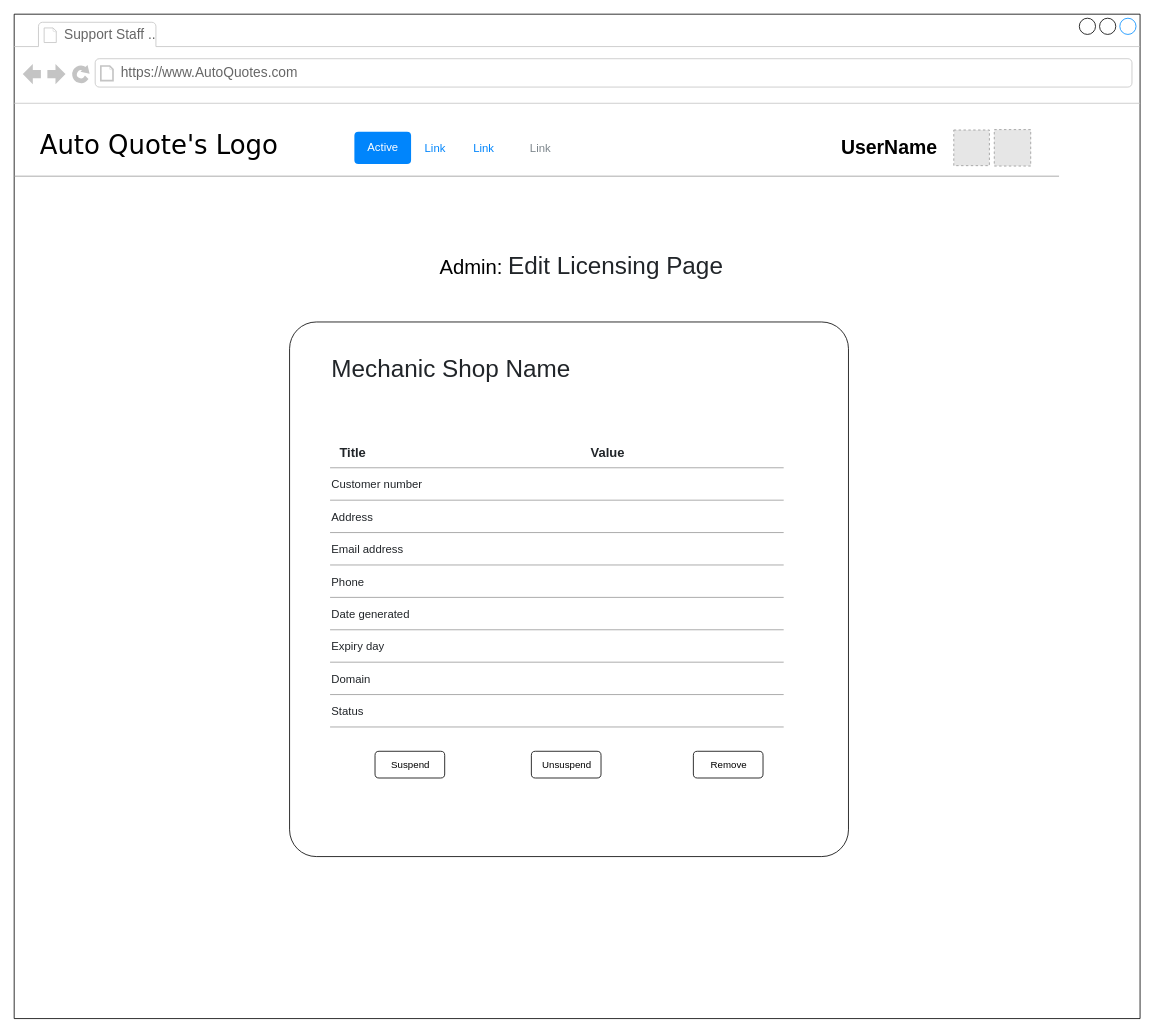
Before: page "Page-1" (1 of 2) of Wireframe_Mockups/Support/SupportStaffEditLicensingPage.drawio in Awrmani/AutoQuotes, a draw.io diagram. Source tidied: cells renumbered, new cells numbered last; positions are measured from the earlier drawing's top-left corner, leaving out a move shared by most shapes. Both pictures are drawn from the tidied source at 81%, with x=0, y=0 at pixel (14, 14). Pictures stored in the file or linked from it are replaced by grey dashed boxes.
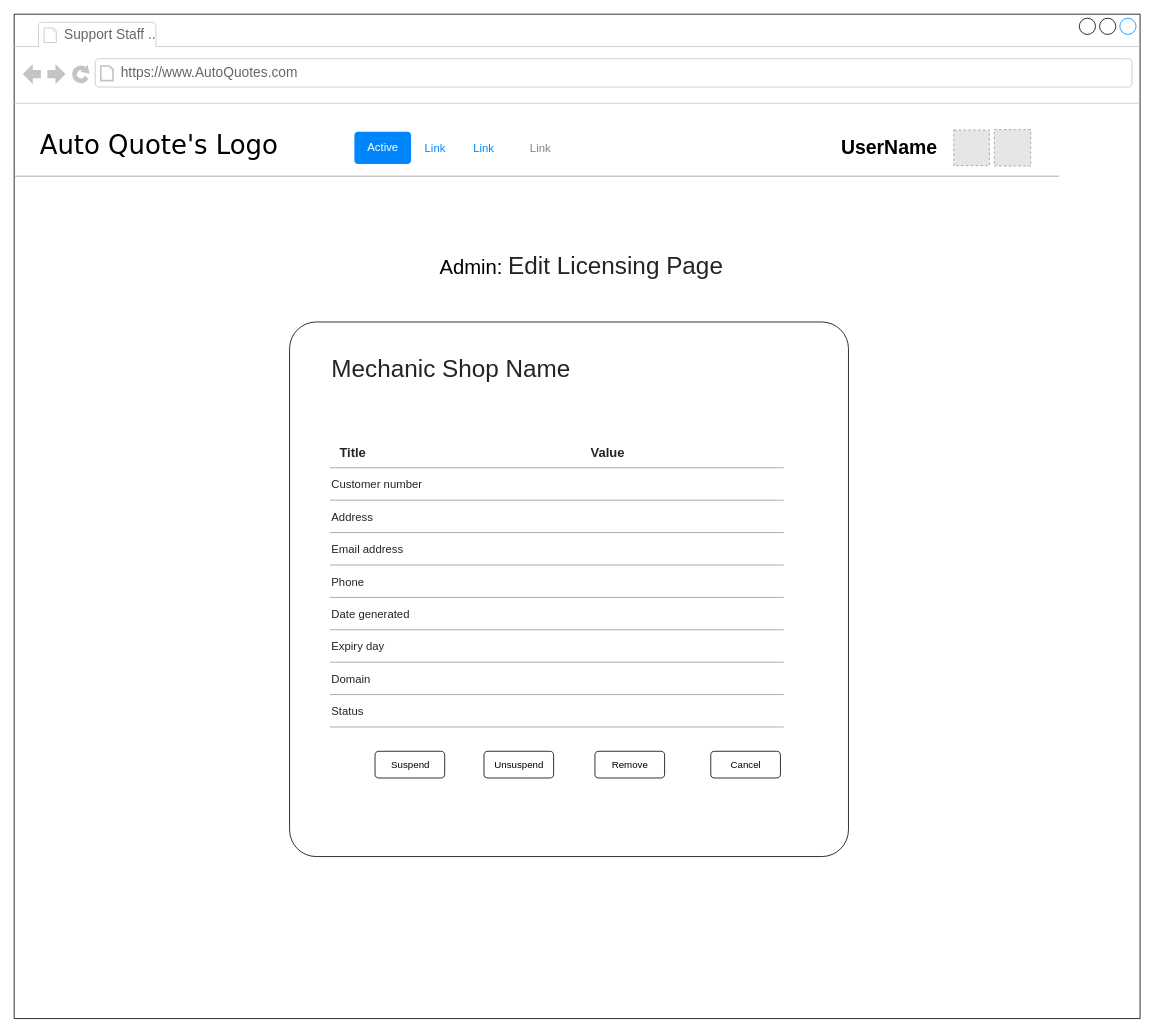
The same page after the edit.

Commit message:
add Cancel button

The change refers to these unchanged cells:
```xml
<mxCell id="15" style="group;" parent="2" vertex="1">
  <mxGeometry x="340" y="380" width="690" height="660" as="geometry" />
</mxCell>
```

Diff of the diagram source:
```diff
@@
     <mxCell id="21" value="Remove" style="rounded=1;html=1;align=center;verticalAlign=middle;fontStyle=0;fontSize=12;sketch=0;" parent="15" vertex="1">
-      <mxGeometry x="498.5" y="530" width="86" height="33" as="geometry" />
+      <mxGeometry x="377" y="530" width="86" height="33" as="geometry" />
     </mxCell>
@@
     <mxCell id="35" value="Unsuspend" style="rounded=1;html=1;align=center;verticalAlign=middle;fontStyle=0;fontSize=12;sketch=0;" parent="15" vertex="1">
-      <mxGeometry x="298.5" y="530" width="86" height="33" as="geometry" />
+      <mxGeometry x="240" y="530" width="86" height="33" as="geometry" />
     </mxCell>
@@
+    <mxCell id="40" value="Cancel" style="rounded=1;html=1;align=center;verticalAlign=middle;fontStyle=0;fontSize=12;sketch=0;" parent="15" vertex="1">
+      <mxGeometry x="520" y="530" width="86" height="33" as="geometry" />
+    </mxCell>
```
